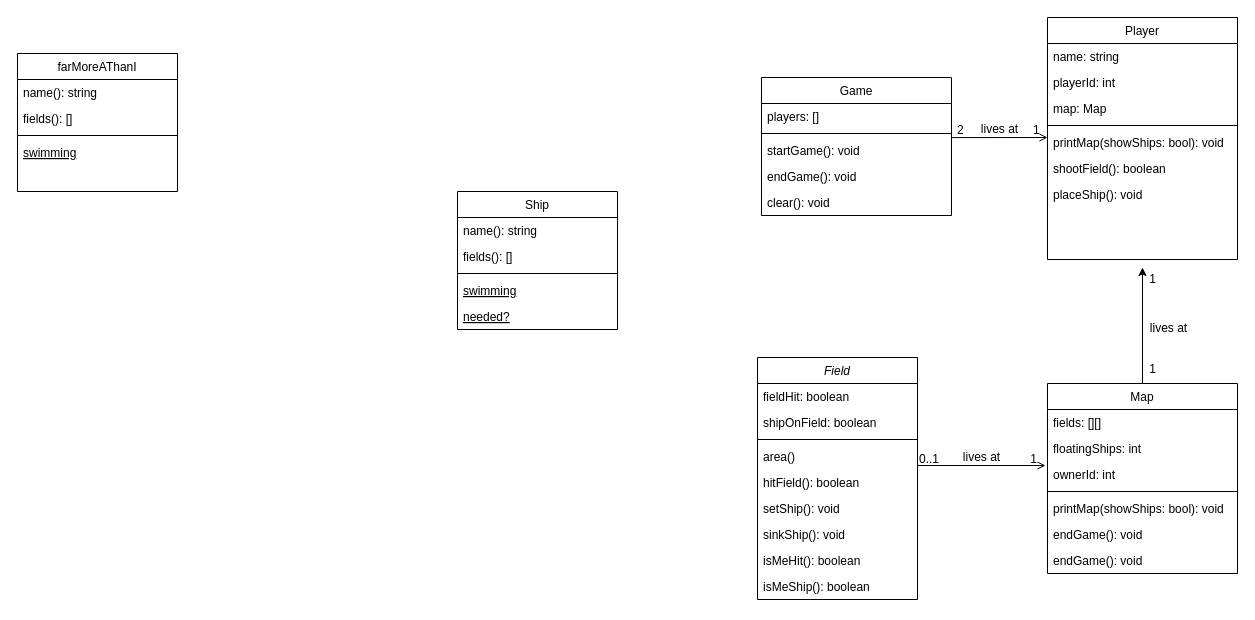
Earlier version of the draw.io diagram SupiDupiKlassenDiagramm.drawio (Y01Builder/Schiffe_ERMORDEN). Source tidied: cells renumbered, new cells numbered last; positions are measured from the earlier drawing's top-left corner, leaving out a move shared by most shapes. Both pictures are drawn from the tidied source at 100%, with x=0, y=0 at pixel (17, 17).
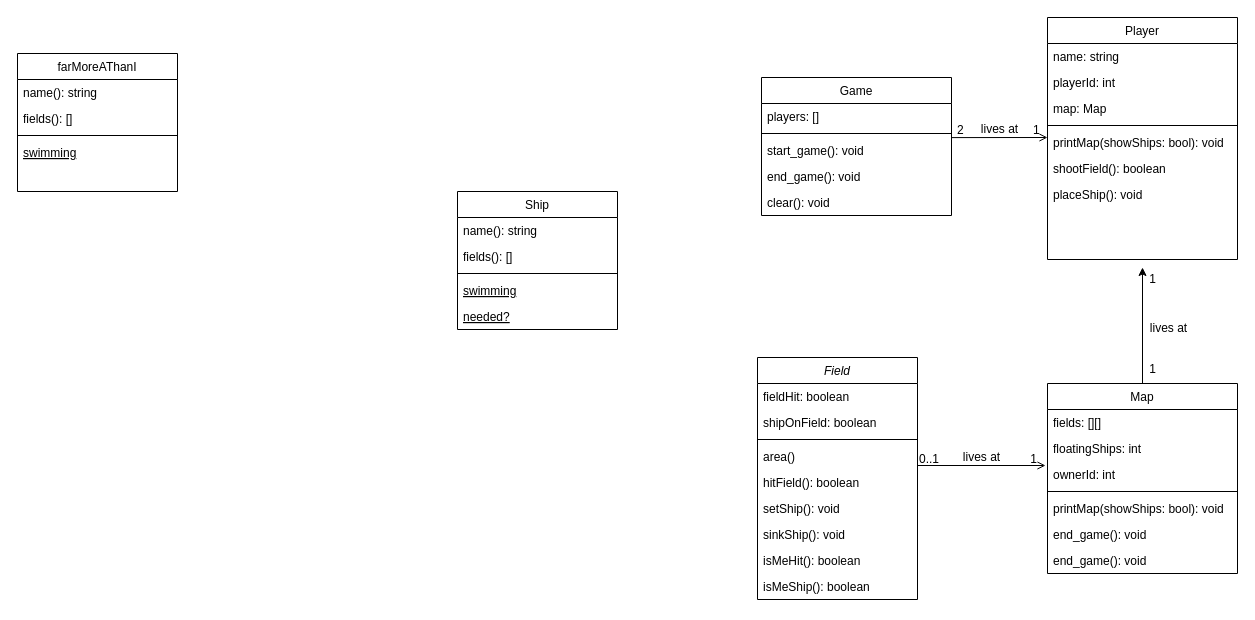
Above is the later version.

Unchanged cells that the change refers to:
```xml
<mxCell id="26" value="Map" style="swimlane;fontStyle=0;align=center;verticalAlign=top;horizontal=1;startSize=26;rounded=0;shadow=0;strokeWidth=1;" parent="1" vertex="1">
  <mxGeometry x="1030" y="366" width="190" height="190" as="geometry" />
</mxCell>
<mxCell id="42" value="Game" style="swimlane;fontStyle=0;align=center;verticalAlign=top;horizontal=1;startSize=26;rounded=0;shadow=0;strokeWidth=1;" parent="1" vertex="1">
  <mxGeometry x="744" y="60" width="190" height="138" as="geometry" />
</mxCell>
```

Change to the diagram source:
```diff
@@
-    <mxCell id="32" value="endGame(): void" style="text;align=left;verticalAlign=top;spacingLeft=4;spacingRight=4;overflow=hidden;" parent="26" vertex="1">
+    <mxCell id="32" value="end_game(): void" style="text;align=left;verticalAlign=top;spacingLeft=4;spacingRight=4;overflow=hidden;" parent="26" vertex="1">
       <mxGeometry y="138" width="190" height="26" as="geometry" />
     </mxCell>
-    <mxCell id="33" value="endGame(): void" style="text;align=left;verticalAlign=top;spacingLeft=4;spacingRight=4;overflow=hidden;" parent="26" vertex="1">
+    <mxCell id="33" value="end_game(): void" style="text;align=left;verticalAlign=top;spacingLeft=4;spacingRight=4;overflow=hidden;" parent="26" vertex="1">
       <mxGeometry y="164" width="190" height="26" as="geometry" />
     </mxCell>
@@
-    <mxCell id="45" value="startGame(): void" style="text;align=left;verticalAlign=top;spacingLeft=4;spacingRight=4;overflow=hidden;" parent="42" vertex="1">
+    <mxCell id="45" value="start_game(): void" style="text;align=left;verticalAlign=top;spacingLeft=4;spacingRight=4;overflow=hidden;" parent="42" vertex="1">
       <mxGeometry y="60" width="190" height="26" as="geometry" />
     </mxCell>
-    <mxCell id="46" value="endGame(): void" style="text;align=left;verticalAlign=top;spacingLeft=4;spacingRight=4;overflow=hidden;" parent="42" vertex="1">
+    <mxCell id="46" value="end_game(): void" style="text;align=left;verticalAlign=top;spacingLeft=4;spacingRight=4;overflow=hidden;" parent="42" vertex="1">
       <mxGeometry y="86" width="190" height="26" as="geometry" />
     </mxCell>
```
